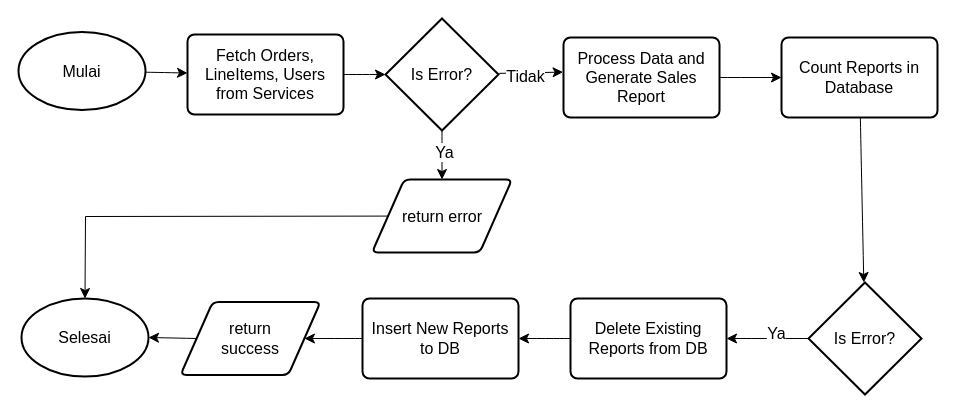
Yoga3911/alterra_section_15 keeps this draw.io diagram as page "Page-10" (10 of 10) of problem_1/Untitled Diagram.drawio. Above is the earlier version. Source tidied: cells renumbered, new cells numbered last; positions are measured from the earlier drawing's top-left corner, leaving out a move shared by most shapes. Both pictures are drawn from the tidied source at 100%, with x=0, y=0 at pixel (18, 18).
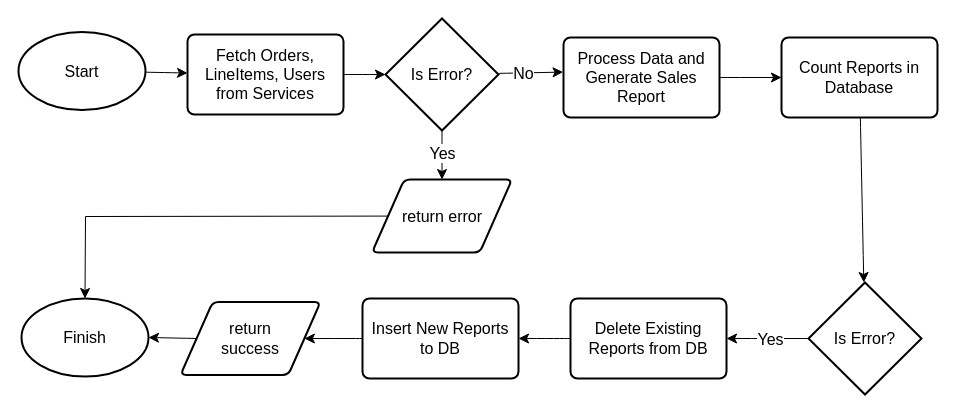
Above is the later version.

The change refers to these unchanged cells:
```xml
<mxCell id="6" style="edgeStyle=none;curved=1;rounded=0;jettySize=auto;html=1;fontSize=12;startSize=8;endSize=8;" parent="1" edge="1" source="10" target="11">
  <mxGeometry relative="1" as="geometry" />
</mxCell>
<mxCell id="8" style="edgeStyle=none;curved=1;rounded=0;jettySize=auto;html=1;fontSize=12;startSize=8;endSize=8;" parent="1" edge="1" source="10">
  <mxGeometry relative="1" as="geometry">
    <mxPoint x="544.6" y="53.6" as="targetPoint" />
  </mxGeometry>
</mxCell>
<mxCell id="17" style="edgeStyle=none;curved=1;rounded=0;jettySize=auto;html=1;fontSize=12;startSize=8;endSize=8;" parent="1" edge="1" source="19" target="21">
  <mxGeometry relative="1" as="geometry" />
</mxCell>
```

Diff of the diagram source:
```diff
@@
-    <mxCell id="3" value="Mulai" style="strokeWidth=2;html=1;shape=mxgraph.flowchart.start_1;whiteSpace=wrap;fontSize=16;" parent="1" vertex="1">
+    <mxCell id="3" value="Start" style="strokeWidth=2;html=1;shape=mxgraph.flowchart.start_1;whiteSpace=wrap;fontSize=16;" parent="1" vertex="1">
       <mxGeometry y="13.5" width="127" height="78" as="geometry" />
     </mxCell>
@@
-    <mxCell id="7" value="Ya" style="edgeLabel;html=1;align=center;verticalAlign=middle;fontSize=16;" parent="6" vertex="1">
-      <mxGeometry x="-0.15" y="2" relative="1" as="geometry" />
-    </mxCell>
+    <mxCell id="27" value="Yes" style="edgeLabel;html=1;align=center;verticalAlign=middle;fontSize=16;" parent="6" vertex="1">
+      <mxGeometry x="-0.1" relative="1" as="geometry" />
+    </mxCell>
@@
-    <mxCell id="9" value="Tidak" style="edgeLabel;html=1;align=center;verticalAlign=middle;fontSize=16;" parent="8" vertex="1">
-      <mxGeometry x="-0.2" y="-3" relative="1" as="geometry" />
-    </mxCell>
+    <mxCell id="28" value="No" style="edgeLabel;html=1;align=center;verticalAlign=middle;fontSize=16;" parent="8" vertex="1">
+      <mxGeometry x="-0.23" relative="1" as="geometry" />
+    </mxCell>
@@
-    <mxCell id="12" value="Selesai" style="strokeWidth=2;html=1;shape=mxgraph.flowchart.start_1;whiteSpace=wrap;fontSize=16;" parent="1" vertex="1">
+    <mxCell id="12" value="Finish" style="strokeWidth=2;html=1;shape=mxgraph.flowchart.start_1;whiteSpace=wrap;fontSize=16;" parent="1" vertex="1">
       <mxGeometry x="3" y="280" width="127" height="78" as="geometry" />
     </mxCell>
@@
-    <mxCell id="18" value="Ya" style="edgeLabel;html=1;align=center;verticalAlign=middle;fontSize=16;" parent="17" vertex="1">
-      <mxGeometry x="-0.18" y="-6" relative="1" as="geometry">
-        <mxPoint x="1" as="offset" />
-      </mxGeometry>
-    </mxCell>
+    <mxCell id="29" value="Yes" style="edgeLabel;html=1;align=center;verticalAlign=middle;fontSize=16;" parent="17" vertex="1">
+      <mxGeometry x="-0.05" relative="1" as="geometry" />
+    </mxCell>
```
